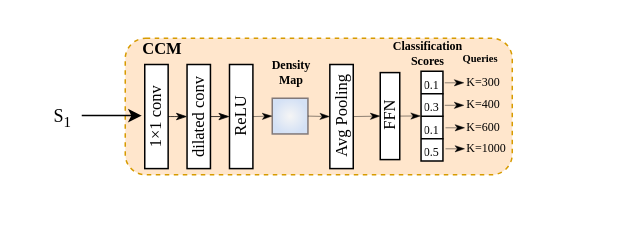
Above: DrawIO_file/流程图/分类计数器模块.drawio in DingDongZz/typera_PicGO (draw.io), before the change. Source tidied: cells renumbered, new cells numbered last; positions are measured from the earlier drawing's top-left corner, leaving out a move shared by most shapes. Both pictures are drawn from the tidied source at 150%, with x=0, y=0 at pixel (26, 26).
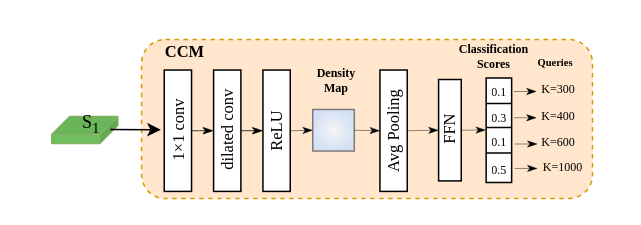
The same page after the edit.

Commit message (it also covers changes not shown here):
更新分类计数器模块.drawio

Change to the diagram source:
```diff
@@
+    <mxCell id="41" style="group;fontFamily=Times New Roman;" parent="1" vertex="1">
+      <mxGeometry y="2.7" width="388" height="112.2" as="geometry" />
+    </mxCell>
+    <mxCell id="42" style="shape=cube;whiteSpace=wrap;html=1;boundedLbl=1;backgroundOutline=1;darkOpacity=0.05;darkOpacity2=0.1;size=12;fillStyle=solid;flipH=1;spacingTop=-1;spacingLeft=0;spacing=2;fillColor=light-dark(#6fbf5d, #0c2100);strokeColor=#82b366;fontFamily=Times New Roman;" parent="41" vertex="1">
+      <mxGeometry x="17" y="57.5" width="44" height="18" as="geometry" />
+    </mxCell>
-    <mxCell id="2" style="rounded=1;whiteSpace=wrap;html=1;fontFamily=Times New Roman;fillColor=#ffe6cc;strokeColor=#d79b00;dashed=1;" parent="1" vertex="1">
-      <mxGeometry x="66" y="8" width="258" height="91" as="geometry" />
+    <mxCell id="2" style="rounded=1;whiteSpace=wrap;html=1;fontFamily=Times New Roman;fillColor=#ffe6cc;strokeColor=#d79b00;dashed=1;" parent="41" vertex="1">
+      <mxGeometry x="76.9" y="6.1" width="300.6" height="106.1" as="geometry" />
     </mxCell>
-    <mxCell id="3" style="group;fontFamily=Times New Roman;" parent="1" vertex="1">
-      <mxGeometry x="74" y="13" width="226" height="84" as="geometry" />
+    <mxCell id="3" style="group;fontFamily=Times New Roman;" parent="41" vertex="1">
+      <mxGeometry x="86.2" y="12" width="263.3" height="97.9" as="geometry" />
     </mxCell>
     <mxCell id="4" value="&lt;font&gt;&lt;b&gt;Density&lt;br&gt;&lt;/b&gt;&lt;/font&gt;&lt;b style=&quot;background-color: transparent; color: light-dark(rgb(0, 0, 0), rgb(255, 255, 255));&quot;&gt;Map&lt;/b&gt;" style="text;html=1;align=center;verticalAlign=middle;whiteSpace=wrap;rounded=0;fontSize=8;fontFamily=Times New Roman;" parent="3" vertex="1">
-      <mxGeometry x="74" y="3" width="58.4" height="29.7" as="geometry" />
+      <mxGeometry x="86.3" y="3.5" width="68.1" height="34.7" as="geometry" />
     </mxCell>
     <mxCell id="5" value="&lt;b&gt;&lt;font&gt;CCM&lt;/font&gt;&lt;/b&gt;" style="text;html=1;align=center;verticalAlign=middle;whiteSpace=wrap;rounded=0;fontFamily=Times New Roman;fontSize=11;fontColor=default;labelBackgroundColor=none;" parent="3" vertex="1">
-      <mxGeometry x="-13.2" y="-12.8" width="60" height="30" as="geometry" />
+      <mxGeometry x="-15.4" y="-14.9" width="69.9" height="35" as="geometry" />
     </mxCell>
-    <mxCell id="6" value="&lt;font style=&quot;font-size: 8px;&quot;&gt;&lt;b style=&quot;&quot;&gt;Classification &lt;br&gt;Scores&lt;/b&gt;&lt;/font&gt;" style="text;html=1;align=center;verticalAlign=middle;whiteSpace=wrap;rounded=0;fontFamily=Times New Roman;fontSize=6;fontColor=default;labelBackgroundColor=none;" parent="1" vertex="1">
-      <mxGeometry x="238" y="2.7" width="60" height="30" as="geometry" />
+    <mxCell id="6" value="&lt;font style=&quot;font-size: 8px;&quot;&gt;&lt;b style=&quot;&quot;&gt;Classification &lt;br&gt;Scores&lt;/b&gt;&lt;/font&gt;" style="text;html=1;align=center;verticalAlign=middle;whiteSpace=wrap;rounded=0;fontFamily=Times New Roman;fontSize=6;fontColor=default;labelBackgroundColor=none;" parent="41" vertex="1">
+      <mxGeometry x="277.3" width="69.9" height="35" as="geometry" />
     </mxCell>
-    <mxCell id="7" value="&lt;font style=&quot;font-size: 7px;&quot;&gt;&lt;b style=&quot;&quot;&gt;Queries&lt;/b&gt;&lt;/font&gt;" style="text;html=1;align=center;verticalAlign=middle;whiteSpace=wrap;rounded=0;fontFamily=Times New Roman;fontSize=6;fontColor=default;labelBackgroundColor=none;" parent="1" vertex="1">
-      <mxGeometry x="273" y="7" width="60" height="30" as="geometry" />
+    <mxCell id="7" value="&lt;font style=&quot;font-size: 7px;&quot;&gt;&lt;b style=&quot;&quot;&gt;Queries&lt;/b&gt;&lt;/font&gt;" style="text;html=1;align=center;verticalAlign=middle;whiteSpace=wrap;rounded=0;fontFamily=Times New Roman;fontSize=6;fontColor=default;labelBackgroundColor=none;" parent="41" vertex="1">
+      <mxGeometry x="318.1" y="5" width="69.9" height="35" as="geometry" />
     </mxCell>
-    <mxCell id="8" style="group;fontFamily=Times New Roman;" parent="1" vertex="1">
-      <mxGeometry x="79" y="25.5" width="198.8" height="69.4" as="geometry" />
+    <mxCell id="8" style="group;fontFamily=Times New Roman;" parent="41" vertex="1">
+      <mxGeometry x="92" y="26.5" width="231.6" height="80.9" as="geometry" />
     </mxCell>
-    <mxCell id="9" value="&lt;p style=&quot;margin: 0px; font-variant-numeric: normal; font-variant-east-asian: normal; font-variant-alternates: normal; font-size-adjust: none; font-kerning: auto; font-optical-sizing: auto; font-feature-settings: normal; font-variation-settings: normal; font-variant-position: normal; font-variant-emoji: normal; font-stretch: normal; line-height: normal; text-align: start;&quot; class=&quot;p1&quot;&gt;&lt;font style=&quot;color: rgb(0, 0, 0); font-size: 11px;&quot;&gt;1×1 conv&lt;/font&gt;&lt;/p&gt;" style="rounded=0;whiteSpace=wrap;html=1;horizontal=0;fontFamily=Times New Roman;" parent="8" vertex="1">
-      <mxGeometry width="15.6" height="69.4" as="geometry" />
+    <mxCell id="9" value="&lt;p class=&quot;p1&quot; style=&quot;margin: 0px; font-variant-numeric: normal; font-variant-east-asian: normal; font-variant-alternates: normal; font-size-adjust: none; font-kerning: auto; font-optical-sizing: auto; font-feature-settings: normal; font-variation-settings: normal; font-variant-position: normal; font-variant-emoji: normal; font-stretch: normal; line-height: normal; text-align: start;&quot;&gt;&lt;font style=&quot;color: rgb(0, 0, 0); font-size: 11px;&quot;&gt;1×1 conv&lt;/font&gt;&lt;/p&gt;" style="rounded=0;whiteSpace=wrap;html=1;horizontal=0;fontFamily=Times New Roman;" parent="8" vertex="1">
+      <mxGeometry width="18.2" height="80.9" as="geometry" />
     </mxCell>
     <mxCell id="10" style="whiteSpace=wrap;html=1;fillColor=#f5f5f5;strokeColor=light-dark(#817979, #959595);gradientColor=#D4E1F5;gradientDirection=radial;fontFamily=Times New Roman;" parent="8" vertex="1">
-      <mxGeometry x="85" y="22.5" width="23.8" height="23.8" as="geometry" />
+      <mxGeometry x="99" y="26.3" width="27.7" height="27.7" as="geometry" />
     </mxCell>
     <mxCell id="11" style="shape=table;startSize=0;childLayout=tableLayout;fontSize=14;fontFamily=Times New Roman;align=center;" parent="8" vertex="1">
-      <mxGeometry x="184.2" y="4.5" width="14.6" height="59.8" as="geometry" />
+      <mxGeometry x="214.6" y="5.3" width="17" height="69.7" as="geometry" />
     </mxCell>
     <mxCell id="12" style="shape=tableRow;horizontal=0;startSize=0;swimlaneHead=0;swimlaneBody=0;strokeColor=inherit;top=0;left=0;bottom=0;right=0;fillColor=none;fontSize=16;fontFamily=Times New Roman;" parent="11" vertex="1">
-      <mxGeometry width="14.6" height="15" as="geometry" />
+      <mxGeometry width="17" height="17" as="geometry" />
     </mxCell>
     <mxCell id="13" value="&lt;font style=&quot;font-size: 8px;&quot;&gt;0.1&lt;/font&gt;" style="shape=partialRectangle;html=1;whiteSpace=wrap;strokeColor=inherit;overflow=hidden;fillColor=none;top=0;left=0;bottom=0;right=0;fontSize=10;fontFamily=Times New Roman;" parent="12" vertex="1">
-      <mxGeometry width="15" height="15" as="geometry" />
+      <mxGeometry width="17" height="17" as="geometry" />
     </mxCell>
     <mxCell id="14" style="shape=tableRow;horizontal=0;startSize=0;swimlaneHead=0;swimlaneBody=0;strokeColor=inherit;top=0;left=0;bottom=0;right=0;fillColor=none;fontSize=16;fontFamily=Times New Roman;" parent="11" vertex="1">
-      <mxGeometry y="15" width="14.6" height="15" as="geometry" />
+      <mxGeometry y="17" width="17" height="16" as="geometry" />
     </mxCell>
     <mxCell id="15" value="&lt;font style=&quot;font-size: 8px;&quot;&gt;0.3&lt;/font&gt;" style="shape=partialRectangle;html=1;whiteSpace=wrap;strokeColor=inherit;overflow=hidden;fillColor=none;top=0;left=0;bottom=0;right=0;fontSize=10;fontFamily=Times New Roman;" parent="14" vertex="1">
-      <mxGeometry width="15" height="15" as="geometry" />
+      <mxGeometry width="17" height="16" as="geometry" />
     </mxCell>
     <mxCell id="16" style="shape=tableRow;horizontal=0;startSize=0;swimlaneHead=0;swimlaneBody=0;strokeColor=inherit;top=0;left=0;bottom=0;right=0;fillColor=none;fontSize=16;fontFamily=Times New Roman;" parent="11" vertex="1">
-      <mxGeometry y="30" width="14.6" height="15" as="geometry" />
+      <mxGeometry y="33" width="17" height="17" as="geometry" />
     </mxCell>
     <mxCell id="17" value="&lt;font style=&quot;font-size: 8px;&quot;&gt;0.1&lt;/font&gt;" style="shape=partialRectangle;html=1;whiteSpace=wrap;strokeColor=inherit;overflow=hidden;fillColor=none;top=0;left=0;bottom=0;right=0;fontSize=10;fontFamily=Times New Roman;" parent="16" vertex="1">
-      <mxGeometry width="15" height="15" as="geometry" />
+      <mxGeometry width="17" height="17" as="geometry" />
     </mxCell>
     <mxCell id="18" style="shape=tableRow;horizontal=0;startSize=0;swimlaneHead=0;swimlaneBody=0;strokeColor=inherit;top=0;left=0;bottom=0;right=0;fillColor=none;fontSize=16;fontFamily=Times New Roman;" parent="11" vertex="1">
-      <mxGeometry y="45" width="14.6" height="15" as="geometry" />
+      <mxGeometry y="50" width="17" height="20" as="geometry" />
     </mxCell>
     <mxCell id="19" value="&lt;font style=&quot;font-size: 8px;&quot;&gt;0.5&lt;/font&gt;" style="shape=partialRectangle;html=1;whiteSpace=wrap;strokeColor=inherit;overflow=hidden;fillColor=none;top=0;left=0;bottom=0;right=0;fontSize=10;fontFamily=Times New Roman;" parent="18" vertex="1">
-      <mxGeometry width="15" height="15" as="geometry" />
+      <mxGeometry width="17" height="20" as="geometry" />
     </mxCell>
-    <mxCell id="20" value="&lt;p style=&quot;margin: 0px; font-variant-numeric: normal; font-variant-east-asian: normal; font-variant-alternates: normal; font-size-adjust: none; font-kerning: auto; font-optical-sizing: auto; font-feature-settings: normal; font-variation-settings: normal; font-variant-position: normal; font-variant-emoji: normal; font-stretch: normal; line-height: normal; text-align: start;&quot; class=&quot;p1&quot;&gt;&lt;font style=&quot;color: rgb(0, 0, 0); font-size: 11px;&quot;&gt;dilated conv&lt;/font&gt;&lt;/p&gt;" style="rounded=0;whiteSpace=wrap;html=1;horizontal=0;fontFamily=Times New Roman;" parent="8" vertex="1">
-      <mxGeometry x="28.2" width="15.6" height="69.4" as="geometry" />
+    <mxCell id="20" value="&lt;p class=&quot;p1&quot; style=&quot;margin: 0px; font-variant-numeric: normal; font-variant-east-asian: normal; font-variant-alternates: normal; font-size-adjust: none; font-kerning: auto; font-optical-sizing: auto; font-feature-settings: normal; font-variation-settings: normal; font-variant-position: normal; font-variant-emoji: normal; font-stretch: normal; line-height: normal; text-align: start;&quot;&gt;&lt;font style=&quot;color: rgb(0, 0, 0); font-size: 11px;&quot;&gt;dilated conv&lt;/font&gt;&lt;/p&gt;" style="rounded=0;whiteSpace=wrap;html=1;horizontal=0;fontFamily=Times New Roman;" parent="8" vertex="1">
+      <mxGeometry x="32.9" width="18.2" height="80.9" as="geometry" />
     </mxCell>
     <mxCell id="21" value="&lt;font style=&quot;font-size: 11px;&quot;&gt;ReLU&lt;/font&gt;" style="rounded=0;whiteSpace=wrap;html=1;horizontal=0;fontFamily=Times New Roman;" parent="8" vertex="1">
-      <mxGeometry x="56.5" width="15.6" height="69.4" as="geometry" />
+      <mxGeometry x="65.8" width="18.2" height="80.9" as="geometry" />
     </mxCell>
     <mxCell id="22" value="&lt;font style=&quot;font-size: 11px;&quot;&gt;Avg Pooling&lt;/font&gt;" style="rounded=0;whiteSpace=wrap;html=1;horizontal=0;fontFamily=Times New Roman;" parent="8" vertex="1">
-      <mxGeometry x="123.4" width="15.6" height="69.4" as="geometry" />
+      <mxGeometry x="143.8" width="18.2" height="80.9" as="geometry" />
     </mxCell>
     <mxCell id="23" value="&lt;font style=&quot;font-size: 11px; font-weight: normal;&quot;&gt;FFN&lt;/font&gt;" style="rounded=0;whiteSpace=wrap;html=1;fontStyle=1;horizontal=0;fontFamily=Times New Roman;" parent="8" vertex="1">
-      <mxGeometry x="157" y="5.4" width="13" height="58" as="geometry" />
+      <mxGeometry x="182.9" y="6.3" width="15.1" height="67.6" as="geometry" />
     </mxCell>
@@
     <mxCell id="29" style="endArrow=classicThin;html=1;rounded=0;strokeWidth=0.3;endFill=1;exitX=1;exitY=0.5;exitDx=0;exitDy=0;fontFamily=Times New Roman;" parent="8" edge="1" source="23">
       <mxGeometry relative="1" as="geometry">
-        <mxPoint x="184" y="34.3" as="targetPoint" />
+        <mxPoint x="214.4" y="40" as="targetPoint" />
       </mxGeometry>
     </mxCell>
-    <mxCell id="30" style="group;fontFamily=Times New Roman;" parent="1" vertex="1">
-      <mxGeometry x="271.8" y="24" width="60.4" height="69.8" as="geometry" />
+    <mxCell id="30" style="group;fontFamily=Times New Roman;" parent="41" vertex="1">
+      <mxGeometry x="316.7" y="24.8" width="70.4" height="81.4" as="geometry" />
     </mxCell>
     <mxCell id="31" style="endArrow=classicThin;html=1;rounded=0;strokeWidth=0.3;endFill=1;exitX=1;exitY=0.5;exitDx=0;exitDy=0;fontSize=6;fontFamily=Times New Roman;" parent="30" edge="1">
       <mxGeometry relative="1" as="geometry">
-        <mxPoint x="7.2" y="13.7" as="sourcePoint" />
-        <mxPoint x="20.2" y="13.7" as="targetPoint" />
+        <mxPoint x="8.4" y="16" as="sourcePoint" />
+        <mxPoint x="23.5" y="16" as="targetPoint" />
       </mxGeometry>
     </mxCell>
     <mxCell id="32" style="endArrow=classicThin;html=1;rounded=0;strokeWidth=0.3;endFill=1;exitX=1;exitY=0.5;exitDx=0;exitDy=0;fontSize=6;fontFamily=Times New Roman;" parent="30" edge="1">
       <mxGeometry relative="1" as="geometry">
-        <mxPoint x="7.2" y="28.7" as="sourcePoint" />
-        <mxPoint x="20.2" y="28.7" as="targetPoint" />
+        <mxPoint x="8.4" y="33.5" as="sourcePoint" />
+        <mxPoint x="23.5" y="33.5" as="targetPoint" />
       </mxGeometry>
     </mxCell>
     <mxCell id="33" style="endArrow=classicThin;html=1;rounded=0;strokeWidth=0.3;endFill=1;exitX=1;exitY=0.5;exitDx=0;exitDy=0;fontSize=6;fontFamily=Times New Roman;" parent="30" edge="1">
       <mxGeometry relative="1" as="geometry">
-        <mxPoint x="7.7" y="43.7" as="sourcePoint" />
-        <mxPoint x="20.7" y="43.7" as="targetPoint" />
+        <mxPoint x="8.9" y="51" as="sourcePoint" />
+        <mxPoint x="24.1" y="51" as="targetPoint" />
       </mxGeometry>
     </mxCell>
     <mxCell id="34" style="endArrow=classicThin;html=1;rounded=0;strokeWidth=0.3;endFill=1;exitX=1;exitY=0.5;exitDx=0;exitDy=0;fontSize=6;fontFamily=Times New Roman;" parent="30" edge="1">
       <mxGeometry relative="1" as="geometry">
-        <mxPoint x="7.7" y="57.7" as="sourcePoint" />
-        <mxPoint x="20.7" y="57.7" as="targetPoint" />
+        <mxPoint x="8.9" y="67.3" as="sourcePoint" />
+        <mxPoint x="24.1" y="67.3" as="targetPoint" />
       </mxGeometry>
     </mxCell>
     <mxCell id="35" value="&lt;font style=&quot;font-size: 8px;&quot;&gt;K=300&lt;/font&gt;" style="text;html=1;align=center;verticalAlign=middle;whiteSpace=wrap;rounded=0;fontFamily=Times New Roman;fontSize=6;fontColor=default;labelBackgroundColor=none;" parent="30" vertex="1">
-      <mxGeometry x="3" width="60" height="25" as="geometry" />
+      <mxGeometry x="3.5" width="69.9" height="29.1" as="geometry" />
     </mxCell>
     <mxCell id="36" value="&lt;font style=&quot;font-size: 8px;&quot;&gt;K=400&lt;/font&gt;" style="text;html=1;align=center;verticalAlign=middle;whiteSpace=wrap;rounded=0;fontFamily=Times New Roman;fontSize=6;fontColor=default;labelBackgroundColor=none;" parent="30" vertex="1">
-      <mxGeometry x="3" y="15.7" width="60" height="25" as="geometry" />
+      <mxGeometry x="3.5" y="18.3" width="69.9" height="29.1" as="geometry" />
     </mxCell>
     <mxCell id="37" value="&lt;font style=&quot;font-size: 8px;&quot;&gt;K=600&lt;/font&gt;" style="text;html=1;align=center;verticalAlign=middle;whiteSpace=wrap;rounded=0;fontFamily=Times New Roman;fontSize=6;fontColor=default;labelBackgroundColor=none;" parent="30" vertex="1">
-      <mxGeometry x="3.2" y="30" width="60" height="25" as="geometry" />
+      <mxGeometry x="3.7" y="35" width="69.9" height="29.1" as="geometry" />
     </mxCell>
     <mxCell id="38" value="&lt;font style=&quot;font-size: 8px;&quot;&gt;K=1000&lt;/font&gt;" style="text;html=1;align=center;verticalAlign=middle;whiteSpace=wrap;rounded=0;fontFamily=Times New Roman;fontSize=6;fontColor=default;labelBackgroundColor=none;" parent="30" vertex="1">
-      <mxGeometry x="5.4" y="44.8" width="60" height="25" as="geometry" />
+      <mxGeometry x="6.3" y="52.2" width="69.9" height="29.1" as="geometry" />
     </mxCell>
-    <mxCell id="39" style="endArrow=classic;html=1;rounded=0;exitX=0;exitY=0;exitDx=20.5;exitDy=29.5;exitPerimeter=0;entryX=0;entryY=0.5;entryDx=0;entryDy=0;fontFamily=Times New Roman;" parent="1" edge="1">
+    <mxCell id="39" style="endArrow=classic;html=1;rounded=0;exitX=0;exitY=0;exitDx=20.5;exitDy=29.5;exitPerimeter=0;entryX=0;entryY=0.5;entryDx=0;entryDy=0;fontFamily=Times New Roman;" parent="41" edge="1">
       <mxGeometry relative="1" as="geometry">
-        <mxPoint x="37" y="59.5" as="sourcePoint" />
-        <mxPoint x="77" y="59.6" as="targetPoint" />
+        <mxPoint x="56" y="66.1" as="sourcePoint" />
+        <mxPoint x="89.7" y="66.3" as="targetPoint" />
       </mxGeometry>
     </mxCell>
-    <mxCell id="40" value="S&lt;sub&gt;1&lt;/sub&gt;" style="text;html=1;align=center;verticalAlign=middle;whiteSpace=wrap;rounded=0;fontFamily=Times New Roman;" parent="1" vertex="1">
-      <mxGeometry y="50" width="49" height="22.9" as="geometry" />
+    <mxCell id="40" value="S&lt;sub&gt;1&lt;/sub&gt;" style="text;html=1;align=center;verticalAlign=middle;whiteSpace=wrap;rounded=0;fontFamily=Times New Roman;" parent="41" vertex="1">
+      <mxGeometry x="15" y="48.5" width="57.1" height="26.7" as="geometry" />
     </mxCell>
```
